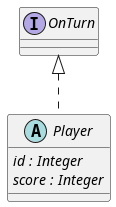
Earlier version of the PlantUML export out/4/classes/player/player/player.png (Petya-G/fungorium).
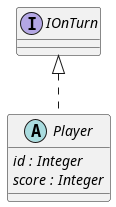
Later version of the same file.

Change to the diagram source:
```diff
@@ -1,6 +1,6 @@
 @startuml player
 
-abstract class Player implements OnTurn{
+abstract class Player implements IOnTurn{
     {abstract} id : Integer
     {abstract} score : Integer
 }
```
